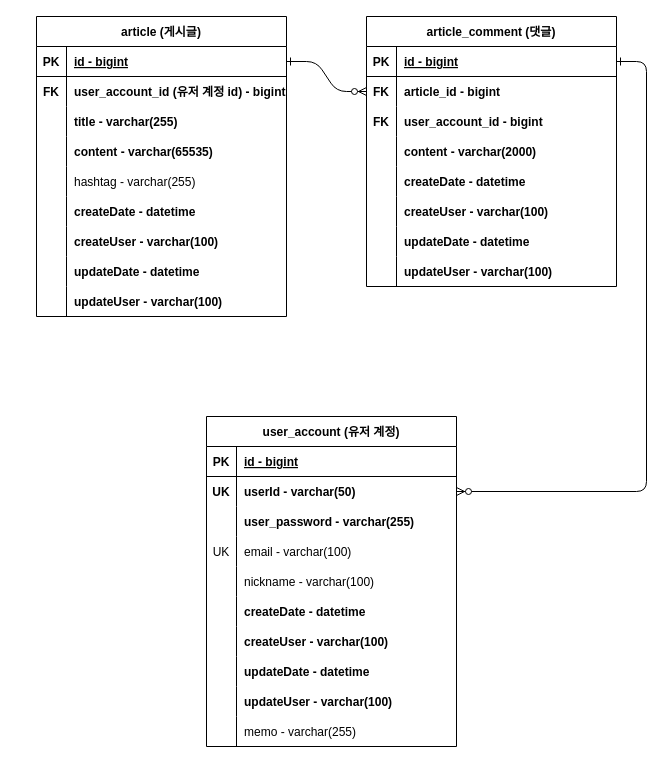
ChoiHyunGeun/fastcampus-project-board keeps this draw.io diagram as document/boardProjectERD.drawio. Above is the earlier version. Source tidied: cells renumbered, new cells numbered last; positions are measured from the earlier drawing's top-left corner, leaving out a move shared by most shapes. Both pictures are drawn from the tidied source at 100%, with x=0, y=0 at pixel (36, 16).
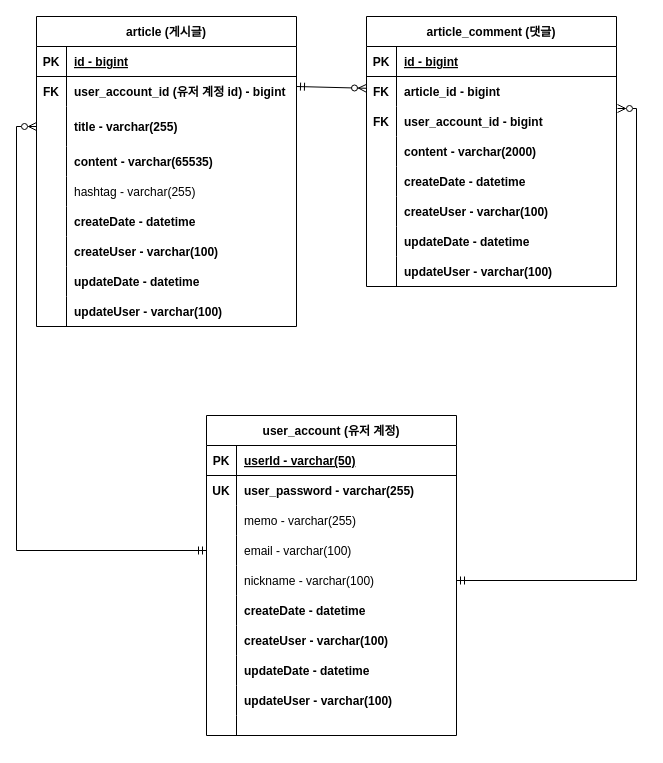
Above is the later version.

The change refers to these unchanged cells:
```xml
<mxCell id="5" style="shape=partialRectangle;fillColor=none;points=[[0,0.5],[1,0.5]];portConstraint=eastwest;top=0;left=0;right=0;bottom=1;" parent="4" vertex="1">
  <mxGeometry y="30" width="250" height="30" as="geometry" />
</mxCell>
<mxCell id="8" style="shape=partialRectangle;fillColor=none;points=[[0,0.5],[1,0.5]];portConstraint=eastwest;top=0;left=0;right=0;bottom=0;fontStyle=1;" parent="4" vertex="1">
  <mxGeometry y="60" width="250" height="30" as="geometry" />
</mxCell>
<mxCell id="11" style="shape=partialRectangle;fillColor=none;points=[[0,0.5],[1,0.5]];portConstraint=eastwest;top=0;left=0;right=0;bottom=0;fontStyle=1;" parent="4" vertex="1">
  <mxGeometry y="90" width="250" height="30" as="geometry" />
</mxCell>
<mxCell id="30" style="shape=partialRectangle;fillColor=none;top=0;left=0;right=0;bottom=1;" parent="29" vertex="1">
  <mxGeometry y="30" width="250" height="30" as="geometry" />
</mxCell>
<mxCell id="33" style="shape=partialRectangle;fillColor=none;points=[[0,0.5],[1,0.5]];portConstraint=eastwest;top=0;left=0;right=0;bottom=0;fontStyle=1;" parent="29" vertex="1">
  <mxGeometry y="60" width="250" height="30" as="geometry" />
</mxCell>
<mxCell id="36" style="shape=partialRectangle;fillColor=none;top=0;left=0;right=0;bottom=0;fontStyle=1;" parent="29" vertex="1">
  <mxGeometry y="90" width="250" height="30" as="geometry" />
</mxCell>
<mxCell id="39" style="shape=partialRectangle;fillColor=none;points=[[0,0.5],[1,0.5]];portConstraint=eastwest;top=0;left=0;right=0;bottom=0;" parent="29" vertex="1">
  <mxGeometry y="120" width="250" height="30" as="geometry" />
</mxCell>
<mxCell id="42" style="shape=partialRectangle;fillColor=none;points=[[0,0.5],[1,0.5]];portConstraint=eastwest;top=0;left=0;right=0;bottom=0;" parent="29" vertex="1">
  <mxGeometry y="150" width="250" height="30" as="geometry" />
</mxCell>
```

Diff of the diagram source:
```diff
@@
-    <mxCell id="2" style="edgeStyle=entityRelationEdgeStyle;endArrow=ERzeroToMany;startArrow=ERone;endFill=1;startFill=0;" parent="1" edge="1" source="61" target="8">
-      <mxGeometry relative="1" as="geometry" />
+    <mxCell id="2" style="endArrow=ERzeroToMany;startArrow=ERmandOne;endFill=1;startFill=0;" parent="1" edge="1" target="8">
+      <mxGeometry relative="1" as="geometry">
+        <mxPoint x="260" y="70" as="sourcePoint" />
+      </mxGeometry>
     </mxCell>
-    <mxCell id="3" style="edgeStyle=entityRelationEdgeStyle;endArrow=ERzeroToMany;startArrow=ERone;endFill=1;startFill=0;" parent="1" edge="1" source="5" target="33">
-      <mxGeometry relative="1" as="geometry" />
-    </mxCell>
@@
     <mxCell id="29" value="user_account (유저 계정)" style="shape=table;startSize=30;childLayout=tableLayout;rowLines=0;fontStyle=1;align=center;" parent="1" vertex="1">
-      <mxGeometry x="170" y="400" width="250" height="330" as="geometry" />
+      <mxGeometry x="170" y="399" width="250" height="320" as="geometry" />
     </mxCell>
@@
-    <mxCell id="32" value="id - bigint" style="shape=partialRectangle;overflow=hidden;fillColor=none;top=0;left=0;bottom=0;right=0;align=left;spacingLeft=6;fontStyle=5;" parent="30" vertex="1">
+    <mxCell id="32" value="userId - varchar(50)" style="shape=partialRectangle;overflow=hidden;fillColor=none;top=0;left=0;bottom=0;right=0;align=left;spacingLeft=6;fontStyle=5;" parent="30" vertex="1">
       <mxGeometry x="30" width="220" height="30" as="geometry" />
     </mxCell>
@@
-    <mxCell id="35" value="userId - varchar(50)" style="shape=partialRectangle;overflow=hidden;fillColor=none;top=0;left=0;bottom=0;right=0;align=left;spacingLeft=6;fontStyle=1;" parent="33" vertex="1">
+    <mxCell id="35" value="user_password - varchar(255)" style="shape=partialRectangle;overflow=hidden;fillColor=none;top=0;left=0;bottom=0;right=0;align=left;spacingLeft=6;fontStyle=1;" parent="33" vertex="1">
       <mxGeometry x="30" width="220" height="30" as="geometry" />
     </mxCell>
@@
-    <mxCell id="38" value="user_password - varchar(255)" style="shape=partialRectangle;overflow=hidden;fillColor=none;top=0;left=0;bottom=0;right=0;align=left;spacingLeft=6;fontStyle=1;" parent="36" vertex="1">
+    <mxCell id="38" value="memo - varchar(255)" style="shape=partialRectangle;overflow=hidden;fillColor=none;top=0;left=0;bottom=0;right=0;align=left;spacingLeft=6;fontStyle=0;" parent="36" vertex="1">
       <mxGeometry x="30" width="220" height="30" as="geometry" />
     </mxCell>
@@
-    <mxCell id="40" value="UK" style="shape=partialRectangle;overflow=hidden;fillColor=none;top=0;left=0;bottom=0;right=0;" parent="39" vertex="1">
+    <mxCell id="40" style="shape=partialRectangle;overflow=hidden;fillColor=none;top=0;left=0;bottom=0;right=0;" parent="39" vertex="1">
       <mxGeometry width="30" height="30" as="geometry" />
     </mxCell>
@@
     <mxCell id="57" style="shape=partialRectangle;fillColor=none;top=0;left=0;right=0;bottom=0;" parent="29" vertex="1">
-      <mxGeometry y="300" width="250" height="30" as="geometry" />
+      <mxGeometry y="300" width="250" height="20" as="geometry" />
     </mxCell>
     <mxCell id="58" style="shape=partialRectangle;overflow=hidden;fillColor=none;top=0;left=0;bottom=0;right=0;" parent="57" vertex="1">
-      <mxGeometry width="30" height="30" as="geometry" />
+      <mxGeometry width="30" height="20" as="geometry" />
     </mxCell>
-    <mxCell id="59" value="memo - varchar(255)" style="shape=partialRectangle;overflow=hidden;fillColor=none;top=0;left=0;bottom=0;right=0;align=left;spacingLeft=6;" parent="57" vertex="1">
-      <mxGeometry x="30" width="220" height="30" as="geometry" />
+    <mxCell id="59" style="shape=partialRectangle;overflow=hidden;fillColor=none;top=0;left=0;bottom=0;right=0;align=left;spacingLeft=6;" parent="57" vertex="1">
+      <mxGeometry x="30" width="220" height="20" as="geometry" />
     </mxCell>
     <mxCell id="60" value="article (게시글)" style="shape=table;startSize=30;childLayout=tableLayout;rowLines=0;fontStyle=1;align=center;" parent="1" vertex="1">
-      <mxGeometry width="250" height="300" as="geometry" />
+      <mxGeometry width="260" height="310" as="geometry" />
     </mxCell>
     <mxCell id="61" style="shape=partialRectangle;fillColor=none;points=[[0,0.5],[1,0.5]];portConstraint=eastwest;top=0;left=0;right=0;bottom=1;" parent="60" vertex="1">
-      <mxGeometry y="30" width="250" height="30" as="geometry" />
+      <mxGeometry y="30" width="260" height="30" as="geometry" />
     </mxCell>
@@
     <mxCell id="63" value="id - bigint" style="shape=partialRectangle;overflow=hidden;fillColor=none;top=0;left=0;bottom=0;right=0;align=left;spacingLeft=6;fontStyle=5;" parent="61" vertex="1">
-      <mxGeometry x="30" width="220" height="30" as="geometry" />
+      <mxGeometry x="30" width="230" height="30" as="geometry" />
     </mxCell>
     <mxCell id="64" style="shape=partialRectangle;fillColor=none;top=0;left=0;right=0;bottom=0;fontStyle=1;" parent="60" vertex="1">
-      <mxGeometry y="60" width="250" height="30" as="geometry" />
+      <mxGeometry y="60" width="260" height="30" as="geometry" />
     </mxCell>
@@
     <mxCell id="66" value="user_account_id (유저 계정 id) - bigint" style="shape=partialRectangle;overflow=hidden;fillColor=none;top=0;left=0;bottom=0;right=0;align=left;spacingLeft=6;fontStyle=1;" parent="64" vertex="1">
-      <mxGeometry x="30" width="220" height="30" as="geometry" />
+      <mxGeometry x="30" width="230" height="30" as="geometry" />
     </mxCell>
     <mxCell id="67" style="shape=partialRectangle;fillColor=none;points=[[0,0.5],[1,0.5]];portConstraint=eastwest;top=0;left=0;right=0;bottom=0;fontStyle=1;" parent="60" vertex="1">
-      <mxGeometry y="90" width="250" height="30" as="geometry" />
+      <mxGeometry y="90" width="260" height="40" as="geometry" />
     </mxCell>
     <mxCell id="68" style="shape=partialRectangle;overflow=hidden;fillColor=none;top=0;left=0;bottom=0;right=0;fontStyle=1;" parent="67" vertex="1">
-      <mxGeometry width="30" height="30" as="geometry" />
+      <mxGeometry width="30" height="40" as="geometry" />
     </mxCell>
     <mxCell id="69" value="title - varchar(255)" style="shape=partialRectangle;overflow=hidden;fillColor=none;top=0;left=0;bottom=0;right=0;align=left;spacingLeft=6;fontStyle=1;" parent="67" vertex="1">
-      <mxGeometry x="30" width="220" height="30" as="geometry" />
+      <mxGeometry x="30" width="230" height="40" as="geometry" />
     </mxCell>
     <mxCell id="70" style="shape=partialRectangle;fillColor=none;top=0;left=0;right=0;bottom=0;fontStyle=1;" parent="60" vertex="1">
-      <mxGeometry y="120" width="250" height="30" as="geometry" />
+      <mxGeometry y="130" width="260" height="30" as="geometry" />
     </mxCell>
@@
     <mxCell id="72" value="content - varchar(65535)" style="shape=partialRectangle;overflow=hidden;fillColor=none;top=0;left=0;bottom=0;right=0;align=left;spacingLeft=6;fontStyle=1;" parent="70" vertex="1">
-      <mxGeometry x="30" width="220" height="30" as="geometry" />
+      <mxGeometry x="30" width="230" height="30" as="geometry" />
     </mxCell>
     <mxCell id="73" style="shape=partialRectangle;fillColor=none;top=0;left=0;right=0;bottom=0;" parent="60" vertex="1">
-      <mxGeometry y="150" width="250" height="30" as="geometry" />
+      <mxGeometry y="160" width="260" height="30" as="geometry" />
     </mxCell>
@@
     <mxCell id="75" value="hashtag - varchar(255)" style="shape=partialRectangle;overflow=hidden;fillColor=none;top=0;left=0;bottom=0;right=0;align=left;spacingLeft=6;" parent="73" vertex="1">
-      <mxGeometry x="30" width="220" height="30" as="geometry" />
+      <mxGeometry x="30" width="230" height="30" as="geometry" />
     </mxCell>
     <mxCell id="76" style="shape=partialRectangle;fillColor=none;top=0;left=0;right=0;bottom=0;fontStyle=1;" parent="60" vertex="1">
-      <mxGeometry y="180" width="250" height="30" as="geometry" />
+      <mxGeometry y="190" width="260" height="30" as="geometry" />
     </mxCell>
@@
     <mxCell id="78" value="createDate - datetime" style="shape=partialRectangle;overflow=hidden;fillColor=none;top=0;left=0;bottom=0;right=0;align=left;spacingLeft=6;fontStyle=1;" parent="76" vertex="1">
-      <mxGeometry x="30" width="220" height="30" as="geometry" />
+      <mxGeometry x="30" width="230" height="30" as="geometry" />
     </mxCell>
     <mxCell id="79" style="shape=partialRectangle;fillColor=none;top=0;left=0;right=0;bottom=0;fontStyle=1;" parent="60" vertex="1">
-      <mxGeometry y="210" width="250" height="30" as="geometry" />
+      <mxGeometry y="220" width="260" height="30" as="geometry" />
     </mxCell>
@@
     <mxCell id="81" value="createUser - varchar(100)" style="shape=partialRectangle;overflow=hidden;fillColor=none;top=0;left=0;bottom=0;right=0;align=left;spacingLeft=6;fontStyle=1;" parent="79" vertex="1">
-      <mxGeometry x="30" width="220" height="30" as="geometry" />
+      <mxGeometry x="30" width="230" height="30" as="geometry" />
     </mxCell>
     <mxCell id="82" style="shape=partialRectangle;fillColor=none;top=0;left=0;right=0;bottom=0;fontStyle=1;" parent="60" vertex="1">
-      <mxGeometry y="240" width="250" height="30" as="geometry" />
+      <mxGeometry y="250" width="260" height="30" as="geometry" />
     </mxCell>
@@
     <mxCell id="84" value="updateDate - datetime" style="shape=partialRectangle;overflow=hidden;fillColor=none;top=0;left=0;bottom=0;right=0;align=left;spacingLeft=6;fontStyle=1;" parent="82" vertex="1">
-      <mxGeometry x="30" width="220" height="30" as="geometry" />
+      <mxGeometry x="30" width="230" height="30" as="geometry" />
     </mxCell>
     <mxCell id="85" style="shape=partialRectangle;fillColor=none;top=0;left=0;right=0;bottom=0;fontStyle=1;" parent="60" vertex="1">
-      <mxGeometry y="270" width="250" height="30" as="geometry" />
+      <mxGeometry y="280" width="260" height="30" as="geometry" />
     </mxCell>
@@
     <mxCell id="87" value="updateUser - varchar(100)" style="shape=partialRectangle;overflow=hidden;fillColor=none;top=0;left=0;bottom=0;right=0;align=left;spacingLeft=6;fontStyle=1;" parent="85" vertex="1">
-      <mxGeometry x="30" width="220" height="30" as="geometry" />
+      <mxGeometry x="30" width="230" height="30" as="geometry" />
     </mxCell>
+    <mxCell id="88" style="edgeStyle=orthogonalEdgeStyle;rounded=0;jettySize=auto;html=1;entryX=0;entryY=0.5;entryDx=0;entryDy=0;endArrow=ERzeroToMany;endFill=0;startArrow=ERmandOne;startFill=0;" parent="1" edge="1" source="39" target="67">
+      <mxGeometry relative="1" as="geometry" />
+    </mxCell>
+    <mxCell id="89" style="edgeStyle=orthogonalEdgeStyle;rounded=0;jettySize=auto;html=1;entryX=1.004;entryY=0.067;entryDx=0;entryDy=0;entryPerimeter=0;endArrow=ERzeroToMany;endFill=0;startArrow=ERmandOne;startFill=0;" parent="1" edge="1" source="42" target="11">
+      <mxGeometry relative="1" as="geometry" />
+    </mxCell>
```
